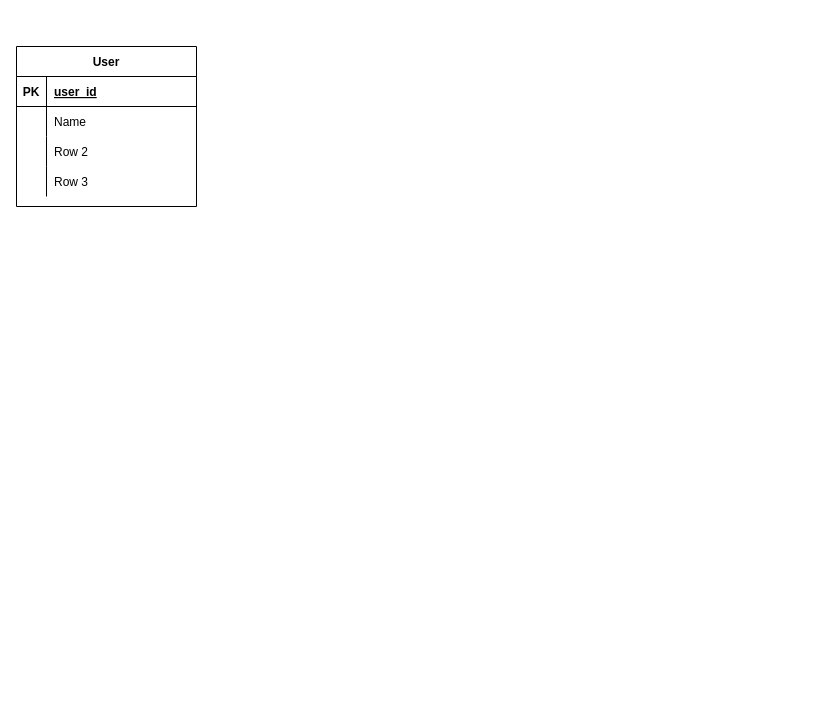
The draw.io diagram Camelfolio_ERD.drawio in anassrami16/camelfolio_ERD, before the edit. Source tidied: cells renumbered, new cells numbered last; positions are measured from the earlier drawing's top-left corner, leaving out a move shared by most shapes. Both pictures are drawn from the tidied source at 100%, with x=0, y=0 at pixel (16, 46).
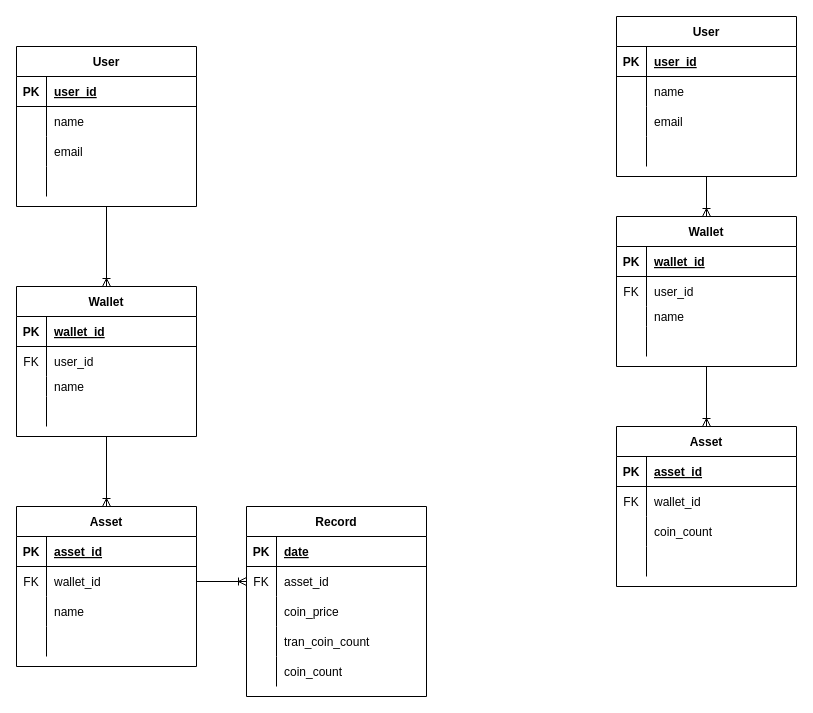
The same page after the edit.

Unchanged cells that the change refers to:
```xml
<mxCell id="2" value="User" style="shape=table;startSize=30;childLayout=tableLayout;rowLines=0;fontStyle=1;align=center;" parent="1" vertex="1">
  <mxGeometry width="180" height="160" as="geometry" />
</mxCell>
<mxCell id="6" style="shape=partialRectangle;fillColor=none;top=0;left=0;bottom=0;right=0;" parent="2" vertex="1">
  <mxGeometry y="60" width="180" height="30" as="geometry" />
</mxCell>
<mxCell id="9" style="shape=partialRectangle;fillColor=none;top=0;left=0;bottom=0;right=0;" parent="2" vertex="1">
  <mxGeometry y="90" width="180" height="30" as="geometry" />
</mxCell>
<mxCell id="12" style="shape=partialRectangle;fillColor=none;top=0;left=0;bottom=0;right=0;" parent="2" vertex="1">
  <mxGeometry y="120" width="180" height="30" as="geometry" />
</mxCell>
```

Diff of the diagram source:
```diff
@@
+    <mxCell id="15" style="edgeStyle=orthogonalEdgeStyle;rounded=0;jettySize=auto;html=1;exitX=0.5;exitY=1;exitDx=0;exitDy=0;entryX=0.5;entryY=0;entryDx=0;entryDy=0;endArrow=ERoneToMany;endFill=0;" parent="1" edge="1" source="2" target="17">
+      <mxGeometry relative="1" as="geometry" />
+    </mxCell>
@@
-    <mxCell id="8" value="Name" style="shape=partialRectangle;fillColor=none;top=0;left=0;bottom=0;right=0;align=left;spacingLeft=6;overflow=hidden;" parent="6" vertex="1">
+    <mxCell id="8" value="name" style="shape=partialRectangle;fillColor=none;top=0;left=0;bottom=0;right=0;align=left;spacingLeft=6;overflow=hidden;" parent="6" vertex="1">
       <mxGeometry x="30" width="150" height="30" as="geometry" />
     </mxCell>
@@
-    <mxCell id="11" value="Row 2" style="shape=partialRectangle;fillColor=none;top=0;left=0;bottom=0;right=0;align=left;spacingLeft=6;overflow=hidden;" parent="9" vertex="1">
+    <mxCell id="11" value="email" style="shape=partialRectangle;fillColor=none;top=0;left=0;bottom=0;right=0;align=left;spacingLeft=6;overflow=hidden;" parent="9" vertex="1">
       <mxGeometry x="30" width="150" height="30" as="geometry" />
     </mxCell>
@@
-    <mxCell id="14" value="Row 3" style="shape=partialRectangle;fillColor=none;top=0;left=0;bottom=0;right=0;align=left;spacingLeft=6;overflow=hidden;" parent="12" vertex="1">
+    <mxCell id="14" style="shape=partialRectangle;fillColor=none;top=0;left=0;bottom=0;right=0;align=left;spacingLeft=6;overflow=hidden;" parent="12" vertex="1">
       <mxGeometry x="30" width="150" height="30" as="geometry" />
     </mxCell>
+    <mxCell id="16" style="edgeStyle=orthogonalEdgeStyle;rounded=0;jettySize=auto;html=1;exitX=0.5;exitY=1;exitDx=0;exitDy=0;entryX=0.5;entryY=0;entryDx=0;entryDy=0;endArrow=ERoneToMany;endFill=0;" parent="1" edge="1" source="17" target="30">
+      <mxGeometry relative="1" as="geometry" />
+    </mxCell>
+    <mxCell id="17" value="Wallet" style="shape=table;startSize=30;childLayout=tableLayout;rowLines=0;fontStyle=1;align=center;" parent="1" vertex="1">
+      <mxGeometry y="240" width="180" height="150" as="geometry" />
+    </mxCell>
+    <mxCell id="18" style="shape=partialRectangle;fillColor=none;top=0;left=0;bottom=1;right=0;" parent="17" vertex="1">
+      <mxGeometry y="30" width="180" height="30" as="geometry" />
+    </mxCell>
+    <mxCell id="19" value="PK" style="shape=partialRectangle;fillColor=none;top=0;left=0;bottom=0;right=0;fontStyle=1;overflow=hidden;" parent="18" vertex="1">
+      <mxGeometry width="30" height="30" as="geometry" />
+    </mxCell>
+    <mxCell id="20" value="wallet_id" style="shape=partialRectangle;fillColor=none;top=0;left=0;bottom=0;right=0;align=left;spacingLeft=6;fontStyle=5;overflow=hidden;" parent="18" vertex="1">
+      <mxGeometry x="30" width="150" height="30" as="geometry" />
+    </mxCell>
+    <mxCell id="21" style="shape=partialRectangle;fillColor=none;top=0;left=0;bottom=0;right=0;" parent="17" vertex="1">
+      <mxGeometry y="60" width="180" height="30" as="geometry" />
+    </mxCell>
+    <mxCell id="22" value="FK" style="shape=partialRectangle;fillColor=none;top=0;left=0;bottom=0;right=0;overflow=hidden;" parent="21" vertex="1">
+      <mxGeometry width="30" height="30" as="geometry" />
+    </mxCell>
+    <mxCell id="23" value="user_id" style="shape=partialRectangle;fillColor=none;top=0;left=0;bottom=0;right=0;align=left;spacingLeft=6;overflow=hidden;" parent="21" vertex="1">
+      <mxGeometry x="30" width="150" height="30" as="geometry" />
+    </mxCell>
+    <mxCell id="24" style="shape=partialRectangle;fillColor=none;top=0;left=0;bottom=0;right=0;" parent="17" vertex="1">
+      <mxGeometry y="90" width="180" height="20" as="geometry" />
+    </mxCell>
+    <mxCell id="25" style="shape=partialRectangle;fillColor=none;top=0;left=0;bottom=0;right=0;overflow=hidden;" parent="24" vertex="1">
+      <mxGeometry width="30" height="20" as="geometry" />
+    </mxCell>
+    <mxCell id="26" value="name" style="shape=partialRectangle;fillColor=none;top=0;left=0;bottom=0;right=0;align=left;spacingLeft=6;overflow=hidden;" parent="24" vertex="1">
+      <mxGeometry x="30" width="150" height="20" as="geometry" />
+    </mxCell>
+    <mxCell id="27" style="shape=partialRectangle;fillColor=none;top=0;left=0;bottom=0;right=0;" parent="17" vertex="1">
+      <mxGeometry y="110" width="180" height="30" as="geometry" />
+    </mxCell>
+    <mxCell id="28" style="shape=partialRectangle;fillColor=none;top=0;left=0;bottom=0;right=0;overflow=hidden;" parent="27" vertex="1">
+      <mxGeometry width="30" height="30" as="geometry" />
+    </mxCell>
+    <mxCell id="29" style="shape=partialRectangle;fillColor=none;top=0;left=0;bottom=0;right=0;align=left;spacingLeft=6;overflow=hidden;" parent="27" vertex="1">
+      <mxGeometry x="30" width="150" height="30" as="geometry" />
+    </mxCell>
+    <mxCell id="30" value="Asset" style="shape=table;startSize=30;childLayout=tableLayout;rowLines=0;fontStyle=1;align=center;" parent="1" vertex="1">
+      <mxGeometry y="460" width="180" height="160" as="geometry" />
+    </mxCell>
+    <mxCell id="31" style="shape=partialRectangle;fillColor=none;top=0;left=0;bottom=1;right=0;" parent="30" vertex="1">
+      <mxGeometry y="30" width="180" height="30" as="geometry" />
+    </mxCell>
+    <mxCell id="32" value="PK" style="shape=partialRectangle;fillColor=none;top=0;left=0;bottom=0;right=0;fontStyle=1;overflow=hidden;" parent="31" vertex="1">
+      <mxGeometry width="30" height="30" as="geometry" />
+    </mxCell>
+    <mxCell id="33" value="asset_id" style="shape=partialRectangle;fillColor=none;top=0;left=0;bottom=0;right=0;align=left;spacingLeft=6;fontStyle=5;overflow=hidden;" parent="31" vertex="1">
+      <mxGeometry x="30" width="150" height="30" as="geometry" />
+    </mxCell>
+    <mxCell id="34" style="shape=partialRectangle;fillColor=none;top=0;left=0;bottom=0;right=0;points=[[0,0.5],[1,0.5]];portConstraint=eastwest;" parent="30" vertex="1">
+      <mxGeometry y="60" width="180" height="30" as="geometry" />
+    </mxCell>
+    <mxCell id="35" value="FK" style="shape=partialRectangle;fillColor=none;top=0;left=0;bottom=0;right=0;overflow=hidden;" parent="34" vertex="1">
+      <mxGeometry width="30" height="30" as="geometry" />
+    </mxCell>
+    <mxCell id="36" value="wallet_id" style="shape=partialRectangle;fillColor=none;top=0;left=0;bottom=0;right=0;align=left;spacingLeft=6;overflow=hidden;" parent="34" vertex="1">
+      <mxGeometry x="30" width="150" height="30" as="geometry" />
+    </mxCell>
+    <mxCell id="37" style="shape=partialRectangle;fillColor=none;top=0;left=0;bottom=0;right=0;" parent="30" vertex="1">
+      <mxGeometry y="90" width="180" height="30" as="geometry" />
+    </mxCell>
+    <mxCell id="38" style="shape=partialRectangle;fillColor=none;top=0;left=0;bottom=0;right=0;overflow=hidden;" parent="37" vertex="1">
+      <mxGeometry width="30" height="30" as="geometry" />
+    </mxCell>
+    <mxCell id="39" value="name" style="shape=partialRectangle;fillColor=none;top=0;left=0;bottom=0;right=0;align=left;spacingLeft=6;overflow=hidden;" parent="37" vertex="1">
+      <mxGeometry x="30" width="150" height="30" as="geometry" />
+    </mxCell>
+    <mxCell id="40" style="shape=partialRectangle;fillColor=none;top=0;left=0;bottom=0;right=0;" parent="30" vertex="1">
+      <mxGeometry y="120" width="180" height="30" as="geometry" />
+    </mxCell>
+    <mxCell id="41" style="shape=partialRectangle;fillColor=none;top=0;left=0;bottom=0;right=0;overflow=hidden;" parent="40" vertex="1">
+      <mxGeometry width="30" height="30" as="geometry" />
+    </mxCell>
+    <mxCell id="42" style="shape=partialRectangle;fillColor=none;top=0;left=0;bottom=0;right=0;align=left;spacingLeft=6;overflow=hidden;" parent="40" vertex="1">
+      <mxGeometry x="30" width="150" height="30" as="geometry" />
+    </mxCell>
+    <mxCell id="43" value="Record" style="shape=table;startSize=30;childLayout=tableLayout;rowLines=0;fontStyle=1;align=center;" parent="1" vertex="1">
+      <mxGeometry x="230" y="460" width="180" height="190" as="geometry" />
+    </mxCell>
+    <mxCell id="44" style="shape=partialRectangle;fillColor=none;top=0;left=0;bottom=1;right=0;" parent="43" vertex="1">
+      <mxGeometry y="30" width="180" height="30" as="geometry" />
+    </mxCell>
+    <mxCell id="45" value="PK" style="shape=partialRectangle;fillColor=none;top=0;left=0;bottom=0;right=0;fontStyle=1;overflow=hidden;" parent="44" vertex="1">
+      <mxGeometry width="30" height="30" as="geometry" />
+    </mxCell>
+    <mxCell id="46" value="date" style="shape=partialRectangle;fillColor=none;top=0;left=0;bottom=0;right=0;align=left;spacingLeft=6;fontStyle=5;overflow=hidden;" parent="44" vertex="1">
+      <mxGeometry x="30" width="150" height="30" as="geometry" />
+    </mxCell>
+    <mxCell id="47" style="shape=partialRectangle;fillColor=none;top=0;left=0;bottom=0;right=0;points=[[0,0.5],[1,0.5]];portConstraint=eastwest;" parent="43" vertex="1">
+      <mxGeometry y="60" width="180" height="30" as="geometry" />
+    </mxCell>
+    <mxCell id="48" value="FK" style="shape=partialRectangle;fillColor=none;top=0;left=0;bottom=0;right=0;overflow=hidden;" parent="47" vertex="1">
+      <mxGeometry width="30" height="30" as="geometry" />
+    </mxCell>
+    <mxCell id="49" value="asset_id" style="shape=partialRectangle;fillColor=none;top=0;left=0;bottom=0;right=0;align=left;spacingLeft=6;overflow=hidden;" parent="47" vertex="1">
+      <mxGeometry x="30" width="150" height="30" as="geometry" />
+    </mxCell>
+    <mxCell id="50" style="shape=partialRectangle;fillColor=none;top=0;left=0;bottom=0;right=0;" parent="43" vertex="1">
+      <mxGeometry y="90" width="180" height="30" as="geometry" />
+    </mxCell>
+    <mxCell id="51" style="shape=partialRectangle;fillColor=none;top=0;left=0;bottom=0;right=0;overflow=hidden;" parent="50" vertex="1">
+      <mxGeometry width="30" height="30" as="geometry" />
+    </mxCell>
+    <mxCell id="52" value="coin_price" style="shape=partialRectangle;fillColor=none;top=0;left=0;bottom=0;right=0;align=left;spacingLeft=6;overflow=hidden;" parent="50" vertex="1">
+      <mxGeometry x="30" width="150" height="30" as="geometry" />
+    </mxCell>
+    <mxCell id="53" style="shape=partialRectangle;fillColor=none;top=0;left=0;bottom=0;right=0;" parent="43" vertex="1">
+      <mxGeometry y="120" width="180" height="30" as="geometry" />
+    </mxCell>
+    <mxCell id="54" style="shape=partialRectangle;fillColor=none;top=0;left=0;bottom=0;right=0;overflow=hidden;" parent="53" vertex="1">
+      <mxGeometry width="30" height="30" as="geometry" />
+    </mxCell>
+    <mxCell id="55" value="tran_coin_count" style="shape=partialRectangle;fillColor=none;top=0;left=0;bottom=0;right=0;align=left;spacingLeft=6;overflow=hidden;" parent="53" vertex="1">
+      <mxGeometry x="30" width="150" height="30" as="geometry" />
+    </mxCell>
+    <mxCell id="56" style="shape=partialRectangle;fillColor=none;top=0;left=0;bottom=0;right=0;" parent="43" vertex="1">
+      <mxGeometry y="150" width="180" height="30" as="geometry" />
+    </mxCell>
+    <mxCell id="57" style="shape=partialRectangle;fillColor=none;top=0;left=0;bottom=0;right=0;overflow=hidden;" parent="56" vertex="1">
+      <mxGeometry width="30" height="30" as="geometry" />
+    </mxCell>
+    <mxCell id="58" value="coin_count" style="shape=partialRectangle;fillColor=none;top=0;left=0;bottom=0;right=0;align=left;spacingLeft=6;overflow=hidden;" parent="56" vertex="1">
+      <mxGeometry x="30" width="150" height="30" as="geometry" />
+    </mxCell>
+    <mxCell id="59" style="edgeStyle=orthogonalEdgeStyle;rounded=0;jettySize=auto;html=1;exitX=1;exitY=0.5;exitDx=0;exitDy=0;entryX=0;entryY=0.5;entryDx=0;entryDy=0;endArrow=ERoneToMany;endFill=0;" parent="1" edge="1" source="34" target="47">
+      <mxGeometry relative="1" as="geometry" />
+    </mxCell>
+    <mxCell id="60" style="edgeStyle=orthogonalEdgeStyle;rounded=0;jettySize=auto;html=1;exitX=0.5;exitY=1;exitDx=0;exitDy=0;entryX=0.5;entryY=0;entryDx=0;entryDy=0;endArrow=ERoneToMany;endFill=0;" parent="1" edge="1" source="61" target="75">
+      <mxGeometry relative="1" as="geometry" />
+    </mxCell>
+    <mxCell id="61" value="User" style="shape=table;startSize=30;childLayout=tableLayout;rowLines=0;fontStyle=1;align=center;" parent="1" vertex="1">
+      <mxGeometry x="600" y="-30" width="180" height="160" as="geometry" />
+    </mxCell>
+    <mxCell id="62" style="shape=partialRectangle;fillColor=none;top=0;left=0;bottom=1;right=0;" parent="61" vertex="1">
+      <mxGeometry y="30" width="180" height="30" as="geometry" />
+    </mxCell>
+    <mxCell id="63" value="PK" style="shape=partialRectangle;fillColor=none;top=0;left=0;bottom=0;right=0;fontStyle=1;overflow=hidden;" parent="62" vertex="1">
+      <mxGeometry width="30" height="30" as="geometry" />
+    </mxCell>
+    <mxCell id="64" value="user_id" style="shape=partialRectangle;fillColor=none;top=0;left=0;bottom=0;right=0;align=left;spacingLeft=6;fontStyle=5;overflow=hidden;" parent="62" vertex="1">
+      <mxGeometry x="30" width="150" height="30" as="geometry" />
+    </mxCell>
+    <mxCell id="65" style="shape=partialRectangle;fillColor=none;top=0;left=0;bottom=0;right=0;" parent="61" vertex="1">
+      <mxGeometry y="60" width="180" height="30" as="geometry" />
+    </mxCell>
+    <mxCell id="66" style="shape=partialRectangle;fillColor=none;top=0;left=0;bottom=0;right=0;overflow=hidden;" parent="65" vertex="1">
+      <mxGeometry width="30" height="30" as="geometry" />
+    </mxCell>
+    <mxCell id="67" value="name" style="shape=partialRectangle;fillColor=none;top=0;left=0;bottom=0;right=0;align=left;spacingLeft=6;overflow=hidden;" parent="65" vertex="1">
+      <mxGeometry x="30" width="150" height="30" as="geometry" />
+    </mxCell>
+    <mxCell id="68" style="shape=partialRectangle;fillColor=none;top=0;left=0;bottom=0;right=0;" parent="61" vertex="1">
+      <mxGeometry y="90" width="180" height="30" as="geometry" />
+    </mxCell>
+    <mxCell id="69" style="shape=partialRectangle;fillColor=none;top=0;left=0;bottom=0;right=0;overflow=hidden;" parent="68" vertex="1">
+      <mxGeometry width="30" height="30" as="geometry" />
+    </mxCell>
+    <mxCell id="70" value="email" style="shape=partialRectangle;fillColor=none;top=0;left=0;bottom=0;right=0;align=left;spacingLeft=6;overflow=hidden;" parent="68" vertex="1">
+      <mxGeometry x="30" width="150" height="30" as="geometry" />
+    </mxCell>
+    <mxCell id="71" style="shape=partialRectangle;fillColor=none;top=0;left=0;bottom=0;right=0;" parent="61" vertex="1">
+      <mxGeometry y="120" width="180" height="30" as="geometry" />
+    </mxCell>
+    <mxCell id="72" style="shape=partialRectangle;fillColor=none;top=0;left=0;bottom=0;right=0;overflow=hidden;" parent="71" vertex="1">
+      <mxGeometry width="30" height="30" as="geometry" />
+    </mxCell>
+    <mxCell id="73" style="shape=partialRectangle;fillColor=none;top=0;left=0;bottom=0;right=0;align=left;spacingLeft=6;overflow=hidden;" parent="71" vertex="1">
+      <mxGeometry x="30" width="150" height="30" as="geometry" />
+    </mxCell>
+    <mxCell id="74" style="edgeStyle=orthogonalEdgeStyle;rounded=0;jettySize=auto;html=1;exitX=0.5;exitY=1;exitDx=0;exitDy=0;entryX=0.5;entryY=0;entryDx=0;entryDy=0;endArrow=ERoneToMany;endFill=0;" parent="1" edge="1" source="75" target="88">
+      <mxGeometry relative="1" as="geometry" />
+    </mxCell>
+    <mxCell id="75" value="Wallet" style="shape=table;startSize=30;childLayout=tableLayout;rowLines=0;fontStyle=1;align=center;" parent="1" vertex="1">
+      <mxGeometry x="600" y="170" width="180" height="150" as="geometry" />
+    </mxCell>
+    <mxCell id="76" style="shape=partialRectangle;fillColor=none;top=0;left=0;bottom=1;right=0;" parent="75" vertex="1">
+      <mxGeometry y="30" width="180" height="30" as="geometry" />
+    </mxCell>
+    <mxCell id="77" value="PK" style="shape=partialRectangle;fillColor=none;top=0;left=0;bottom=0;right=0;fontStyle=1;overflow=hidden;" parent="76" vertex="1">
+      <mxGeometry width="30" height="30" as="geometry" />
+    </mxCell>
+    <mxCell id="78" value="wallet_id" style="shape=partialRectangle;fillColor=none;top=0;left=0;bottom=0;right=0;align=left;spacingLeft=6;fontStyle=5;overflow=hidden;" parent="76" vertex="1">
+      <mxGeometry x="30" width="150" height="30" as="geometry" />
+    </mxCell>
+    <mxCell id="79" style="shape=partialRectangle;fillColor=none;top=0;left=0;bottom=0;right=0;" parent="75" vertex="1">
+      <mxGeometry y="60" width="180" height="30" as="geometry" />
+    </mxCell>
+    <mxCell id="80" value="FK" style="shape=partialRectangle;fillColor=none;top=0;left=0;bottom=0;right=0;overflow=hidden;" parent="79" vertex="1">
+      <mxGeometry width="30" height="30" as="geometry" />
+    </mxCell>
+    <mxCell id="81" value="user_id" style="shape=partialRectangle;fillColor=none;top=0;left=0;bottom=0;right=0;align=left;spacingLeft=6;overflow=hidden;" parent="79" vertex="1">
+      <mxGeometry x="30" width="150" height="30" as="geometry" />
+    </mxCell>
+    <mxCell id="82" style="shape=partialRectangle;fillColor=none;top=0;left=0;bottom=0;right=0;" parent="75" vertex="1">
+      <mxGeometry y="90" width="180" height="20" as="geometry" />
+    </mxCell>
+    <mxCell id="83" style="shape=partialRectangle;fillColor=none;top=0;left=0;bottom=0;right=0;overflow=hidden;" parent="82" vertex="1">
+      <mxGeometry width="30" height="20" as="geometry" />
+    </mxCell>
+    <mxCell id="84" value="name" style="shape=partialRectangle;fillColor=none;top=0;left=0;bottom=0;right=0;align=left;spacingLeft=6;overflow=hidden;" parent="82" vertex="1">
+      <mxGeometry x="30" width="150" height="20" as="geometry" />
+    </mxCell>
+    <mxCell id="85" style="shape=partialRectangle;fillColor=none;top=0;left=0;bottom=0;right=0;" parent="75" vertex="1">
+      <mxGeometry y="110" width="180" height="30" as="geometry" />
+    </mxCell>
+    <mxCell id="86" style="shape=partialRectangle;fillColor=none;top=0;left=0;bottom=0;right=0;overflow=hidden;" parent="85" vertex="1">
+      <mxGeometry width="30" height="30" as="geometry" />
+    </mxCell>
+    <mxCell id="87" style="shape=partialRectangle;fillColor=none;top=0;left=0;bottom=0;right=0;align=left;spacingLeft=6;overflow=hidden;" parent="85" vertex="1">
+      <mxGeometry x="30" width="150" height="30" as="geometry" />
+    </mxCell>
+    <mxCell id="88" value="Asset" style="shape=table;startSize=30;childLayout=tableLayout;rowLines=0;fontStyle=1;align=center;" parent="1" vertex="1">
+      <mxGeometry x="600" y="380" width="180" height="160" as="geometry" />
+    </mxCell>
+    <mxCell id="89" style="shape=partialRectangle;fillColor=none;top=0;left=0;bottom=1;right=0;" parent="88" vertex="1">
+      <mxGeometry y="30" width="180" height="30" as="geometry" />
+    </mxCell>
+    <mxCell id="90" value="PK" style="shape=partialRectangle;fillColor=none;top=0;left=0;bottom=0;right=0;fontStyle=1;overflow=hidden;" parent="89" vertex="1">
+      <mxGeometry width="30" height="30" as="geometry" />
+    </mxCell>
+    <mxCell id="91" value="asset_id" style="shape=partialRectangle;fillColor=none;top=0;left=0;bottom=0;right=0;align=left;spacingLeft=6;fontStyle=5;overflow=hidden;" parent="89" vertex="1">
+      <mxGeometry x="30" width="150" height="30" as="geometry" />
+    </mxCell>
+    <mxCell id="92" style="shape=partialRectangle;fillColor=none;top=0;left=0;bottom=0;right=0;" parent="88" vertex="1">
+      <mxGeometry y="60" width="180" height="30" as="geometry" />
+    </mxCell>
+    <mxCell id="93" value="FK" style="shape=partialRectangle;fillColor=none;top=0;left=0;bottom=0;right=0;overflow=hidden;" parent="92" vertex="1">
+      <mxGeometry width="30" height="30" as="geometry" />
+    </mxCell>
+    <mxCell id="94" value="wallet_id" style="shape=partialRectangle;fillColor=none;top=0;left=0;bottom=0;right=0;align=left;spacingLeft=6;overflow=hidden;" parent="92" vertex="1">
+      <mxGeometry x="30" width="150" height="30" as="geometry" />
+    </mxCell>
+    <mxCell id="95" style="shape=partialRectangle;fillColor=none;top=0;left=0;bottom=0;right=0;" parent="88" vertex="1">
+      <mxGeometry y="90" width="180" height="30" as="geometry" />
+    </mxCell>
+    <mxCell id="96" style="shape=partialRectangle;fillColor=none;top=0;left=0;bottom=0;right=0;overflow=hidden;" parent="95" vertex="1">
+      <mxGeometry width="30" height="30" as="geometry" />
+    </mxCell>
+    <mxCell id="97" value="coin_count" style="shape=partialRectangle;fillColor=none;top=0;left=0;bottom=0;right=0;align=left;spacingLeft=6;overflow=hidden;" parent="95" vertex="1">
+      <mxGeometry x="30" width="150" height="30" as="geometry" />
+    </mxCell>
+    <mxCell id="98" style="shape=partialRectangle;fillColor=none;top=0;left=0;bottom=0;right=0;" parent="88" vertex="1">
+      <mxGeometry y="120" width="180" height="30" as="geometry" />
+    </mxCell>
+    <mxCell id="99" style="shape=partialRectangle;fillColor=none;top=0;left=0;bottom=0;right=0;overflow=hidden;" parent="98" vertex="1">
+      <mxGeometry width="30" height="30" as="geometry" />
+    </mxCell>
+    <mxCell id="100" style="shape=partialRectangle;fillColor=none;top=0;left=0;bottom=0;right=0;align=left;spacingLeft=6;overflow=hidden;" parent="98" vertex="1">
+      <mxGeometry x="30" width="150" height="30" as="geometry" />
+    </mxCell>
```
